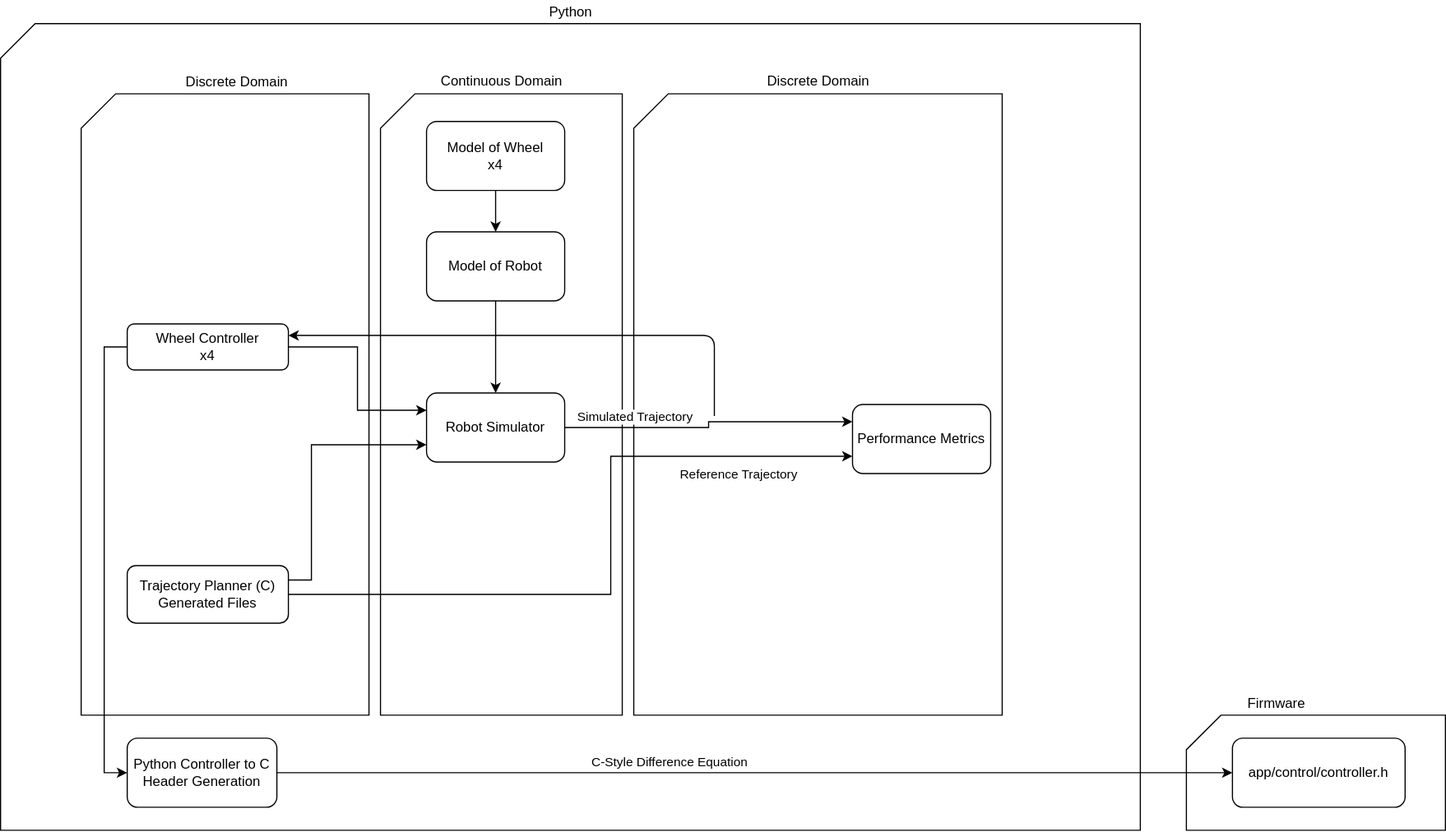
UBC-Thunderbots/Software keeps this draw.io diagram as PythonControl.svg. Above is the earlier version. Source tidied: cells renumbered, new cells last; positions are measured from the earlier drawing's top-left corner, leaving out a move shared by most shapes.
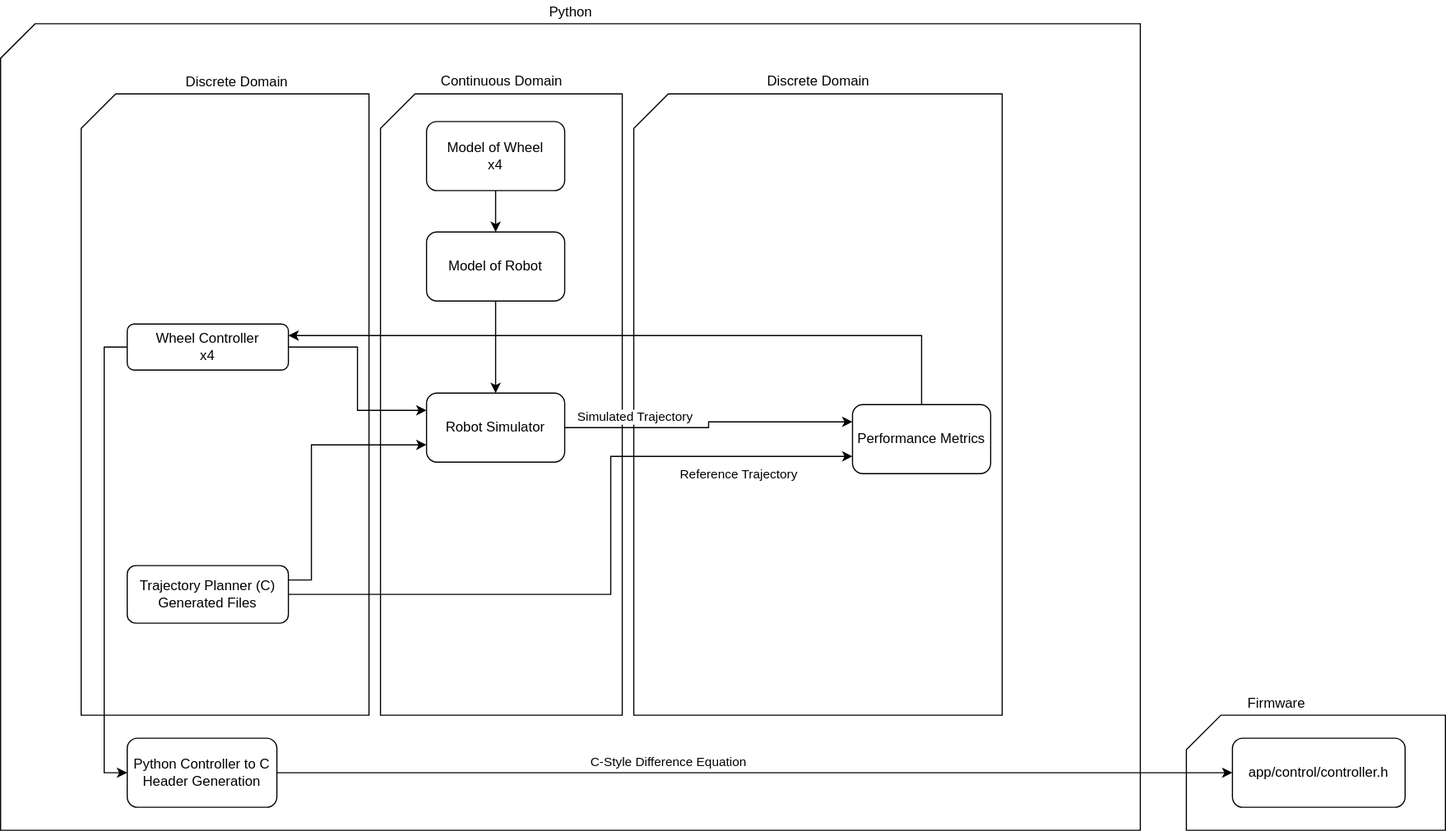
Above is the later version.

What changed in the source:
```diff
@@ -64,6 +64,13 @@
     <mxCell id="17" value="Trajectory Planner (C) Generated Files" style="rounded=1;whiteSpace=wrap;html=1;" parent="1" vertex="1">
       <mxGeometry x="110" y="491" width="140" height="50" as="geometry" />
     </mxCell>
+    <mxCell id="32" style="edgeStyle=orthogonalEdgeStyle;rounded=0;jettySize=auto;html=1;entryX=1;entryY=0.25;entryDx=0;entryDy=0;" parent="1" edge="1" source="18" target="21">
+      <mxGeometry relative="1" as="geometry">
+        <Array as="points">
+          <mxPoint x="800" y="291" />
+        </Array>
+      </mxGeometry>
+    </mxCell>
     <mxCell id="18" value="Performance Metrics" style="rounded=1;whiteSpace=wrap;html=1;" parent="1" vertex="1">
       <mxGeometry x="740" y="351" width="120" height="60" as="geometry" />
     </mxCell>
@@ -90,14 +97,6 @@
     <mxCell id="24" value="Discrete Domain" style="text;html=1;align=center;verticalAlign=middle;" parent="1" vertex="1">
       <mxGeometry x="660" y="60" width="100" height="20" as="geometry" />
     </mxCell>
-    <mxCell id="25" style="endArrow=classic;html=1;entryX=1;entryY=0.25;entryDx=0;entryDy=0;" parent="1" edge="1" target="21">
-      <mxGeometry relative="1" as="geometry">
-        <mxPoint x="620" y="361" as="sourcePoint" />
-        <Array as="points">
-          <mxPoint x="620" y="291" />
-        </Array>
-      </mxGeometry>
-    </mxCell>
     <mxCell id="26" style="edgeStyle=orthogonalEdgeStyle;rounded=0;jettySize=auto;html=1;entryX=0;entryY=0.5;entryDx=0;entryDy=0;" parent="1" edge="1" source="28" target="29">
       <mxGeometry relative="1" as="geometry" />
     </mxCell>
```
